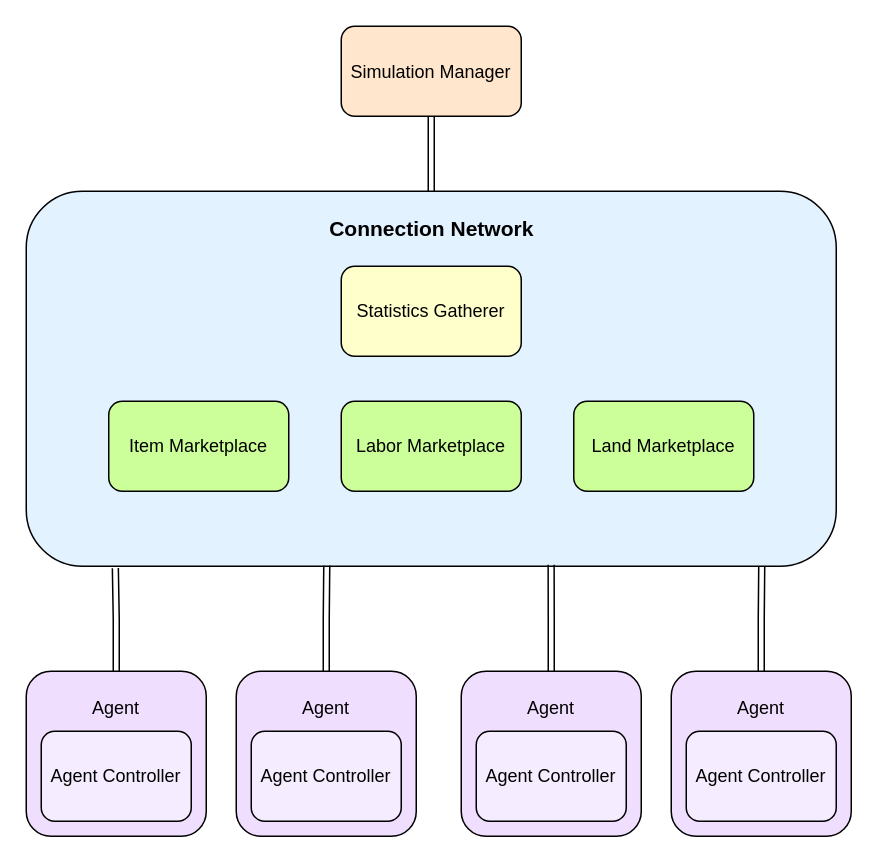
Before: Docs/Architecture/ProgramArchitecture.drawio in Dynamitelaw/economicAgentSim, a draw.io diagram. Source tidied: cells renumbered, new cells numbered last; positions are measured from the earlier drawing's top-left corner, leaving out a move shared by most shapes. Both pictures are drawn from the tidied source at 150%, with x=0, y=0 at pixel (26, 26).
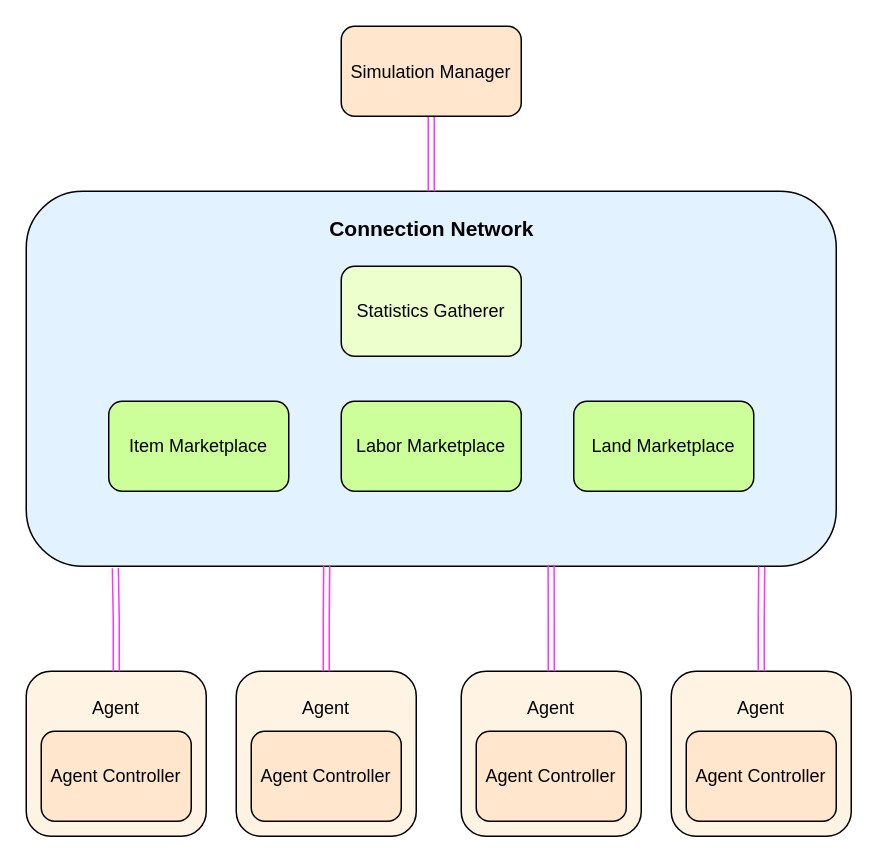
The same diagram, later.

The change refers to these unchanged cells:
```xml
<mxCell id="2" style="rounded=1;whiteSpace=wrap;html=1;fillColor=#E3F2FF;" parent="1" vertex="1">
  <mxGeometry y="110" width="540" height="250" as="geometry" />
</mxCell>
<mxCell id="9" value="&lt;font style=&quot;font-size: 12px;&quot;&gt;Simulation Manager&lt;/font&gt;" style="rounded=1;whiteSpace=wrap;html=1;fontSize=14;fillColor=#FFE6CC;" parent="1" vertex="1">
  <mxGeometry x="210" width="120" height="60" as="geometry" />
</mxCell>
<mxCell id="10" style="group;" parent="1" vertex="1">
  <mxGeometry x="290" y="430" width="120" height="110" as="geometry" />
</mxCell>
<mxCell id="14" style="group;" parent="1" vertex="1">
  <mxGeometry x="430" y="430" width="120" height="110" as="geometry" />
</mxCell>
<mxCell id="18" style="group;" parent="1" vertex="1">
  <mxGeometry y="430" width="120" height="110" as="geometry" />
</mxCell>
<mxCell id="22" style="group;" parent="1" vertex="1">
  <mxGeometry x="140" y="430" width="120" height="110" as="geometry" />
</mxCell>
```

Diff of the diagram source:
```diff
@@
-    <mxCell id="6" value="Statistics Gatherer" style="rounded=1;whiteSpace=wrap;html=1;fillColor=#FFFFCC;" parent="1" vertex="1">
+    <mxCell id="6" value="Statistics Gatherer" style="rounded=1;whiteSpace=wrap;html=1;fillColor=#ECFFCC;" parent="1" vertex="1">
       <mxGeometry x="210" y="160" width="120" height="60" as="geometry" />
     </mxCell>
@@
-    <mxCell id="8" style="edgeStyle=orthogonalEdgeStyle;rounded=0;jettySize=auto;html=1;exitX=0.5;exitY=1;exitDx=0;exitDy=0;entryX=0.5;entryY=0;entryDx=0;entryDy=0;fontSize=12;shape=link;" parent="1" edge="1" source="9" target="2">
+    <mxCell id="8" style="edgeStyle=orthogonalEdgeStyle;rounded=0;jettySize=auto;html=1;exitX=0.5;exitY=1;exitDx=0;exitDy=0;entryX=0.5;entryY=0;entryDx=0;entryDy=0;fontSize=12;shape=link;strokeColor=#FF33FF;" parent="1" edge="1" source="9" target="2">
       <mxGeometry relative="1" as="geometry" />
     </mxCell>
@@
-    <mxCell id="11" style="rounded=1;whiteSpace=wrap;html=1;fontSize=12;fillColor=#F0DEFF;" parent="10" vertex="1">
+    <mxCell id="11" style="rounded=1;whiteSpace=wrap;html=1;fontSize=12;fillColor=#FFF3E3;" parent="10" vertex="1">
       <mxGeometry width="120" height="110" as="geometry" />
     </mxCell>
-    <mxCell id="12" value="Agent Controller" style="rounded=1;whiteSpace=wrap;html=1;fontSize=12;fillColor=#F5EDFF;" parent="10" vertex="1">
+    <mxCell id="12" value="Agent Controller" style="rounded=1;whiteSpace=wrap;html=1;fontSize=12;fillColor=#FFE6CC;" parent="10" vertex="1">
       <mxGeometry x="10" y="40" width="100" height="60" as="geometry" />
     </mxCell>
@@
-    <mxCell id="15" style="rounded=1;whiteSpace=wrap;html=1;fontSize=12;fillColor=#F0DEFF;" parent="14" vertex="1">
+    <mxCell id="15" style="rounded=1;whiteSpace=wrap;html=1;fontSize=12;fillColor=#FFF3E3;" parent="14" vertex="1">
       <mxGeometry width="120" height="110" as="geometry" />
     </mxCell>
-    <mxCell id="16" value="Agent Controller" style="rounded=1;whiteSpace=wrap;html=1;fontSize=12;fillColor=#F5EDFF;" parent="14" vertex="1">
+    <mxCell id="16" value="Agent Controller" style="rounded=1;whiteSpace=wrap;html=1;fontSize=12;fillColor=#FFE6CC;" parent="14" vertex="1">
       <mxGeometry x="10" y="40" width="100" height="60" as="geometry" />
     </mxCell>
@@
-    <mxCell id="19" style="rounded=1;whiteSpace=wrap;html=1;fontSize=12;fillColor=#F0DEFF;" parent="18" vertex="1">
+    <mxCell id="19" style="rounded=1;whiteSpace=wrap;html=1;fontSize=12;fillColor=#FFF3E3;" parent="18" vertex="1">
       <mxGeometry width="120" height="110" as="geometry" />
     </mxCell>
-    <mxCell id="20" value="Agent Controller" style="rounded=1;whiteSpace=wrap;html=1;fontSize=12;fillColor=#F5EDFF;" parent="18" vertex="1">
+    <mxCell id="20" value="Agent Controller" style="rounded=1;whiteSpace=wrap;html=1;fontSize=12;fillColor=#FFE6CC;" parent="18" vertex="1">
       <mxGeometry x="10" y="40" width="100" height="60" as="geometry" />
     </mxCell>
@@
-    <mxCell id="23" style="rounded=1;whiteSpace=wrap;html=1;fontSize=12;fillColor=#F0DEFF;" parent="22" vertex="1">
+    <mxCell id="23" style="rounded=1;whiteSpace=wrap;html=1;fontSize=12;fillColor=#FFF3E3;" parent="22" vertex="1">
       <mxGeometry width="120" height="110" as="geometry" />
     </mxCell>
-    <mxCell id="24" value="Agent Controller" style="rounded=1;whiteSpace=wrap;html=1;fontSize=12;fillColor=#F5EDFF;" parent="22" vertex="1">
+    <mxCell id="24" value="Agent Controller" style="rounded=1;whiteSpace=wrap;html=1;fontSize=12;fillColor=#FFE6CC;" parent="22" vertex="1">
       <mxGeometry x="10" y="40" width="100" height="60" as="geometry" />
     </mxCell>
@@
-    <mxCell id="26" style="edgeStyle=orthogonalEdgeStyle;shape=link;rounded=0;jettySize=auto;html=1;exitX=0.5;exitY=0;exitDx=0;exitDy=0;entryX=0.11;entryY=1.005;entryDx=0;entryDy=0;entryPerimeter=0;fontSize=12;" parent="1" edge="1" source="19" target="2">
+    <mxCell id="26" style="edgeStyle=orthogonalEdgeStyle;shape=link;rounded=0;jettySize=auto;html=1;exitX=0.5;exitY=0;exitDx=0;exitDy=0;entryX=0.11;entryY=1.005;entryDx=0;entryDy=0;entryPerimeter=0;fontSize=12;strokeColor=#FF33FF;" parent="1" edge="1" source="19" target="2">
       <mxGeometry relative="1" as="geometry" />
     </mxCell>
-    <mxCell id="27" style="edgeStyle=orthogonalEdgeStyle;shape=link;rounded=0;jettySize=auto;html=1;exitX=0.5;exitY=0;exitDx=0;exitDy=0;entryX=0.371;entryY=0.998;entryDx=0;entryDy=0;entryPerimeter=0;fontSize=12;" parent="1" edge="1" source="23" target="2">
+    <mxCell id="27" style="edgeStyle=orthogonalEdgeStyle;shape=link;rounded=0;jettySize=auto;html=1;exitX=0.5;exitY=0;exitDx=0;exitDy=0;entryX=0.371;entryY=0.998;entryDx=0;entryDy=0;entryPerimeter=0;fontSize=12;strokeColor=#FF33FF;" parent="1" edge="1" source="23" target="2">
       <mxGeometry relative="1" as="geometry" />
     </mxCell>
-    <mxCell id="28" style="edgeStyle=orthogonalEdgeStyle;shape=link;rounded=0;jettySize=auto;html=1;exitX=0.5;exitY=0;exitDx=0;exitDy=0;entryX=0.648;entryY=0.996;entryDx=0;entryDy=0;entryPerimeter=0;fontSize=12;" parent="1" edge="1" source="11" target="2">
+    <mxCell id="28" style="edgeStyle=orthogonalEdgeStyle;shape=link;rounded=0;jettySize=auto;html=1;exitX=0.5;exitY=0;exitDx=0;exitDy=0;entryX=0.648;entryY=0.996;entryDx=0;entryDy=0;entryPerimeter=0;fontSize=12;strokeColor=#FF33FF;" parent="1" edge="1" source="11" target="2">
       <mxGeometry relative="1" as="geometry" />
     </mxCell>
-    <mxCell id="29" style="edgeStyle=orthogonalEdgeStyle;shape=link;rounded=0;jettySize=auto;html=1;exitX=0.5;exitY=0;exitDx=0;exitDy=0;entryX=0.908;entryY=1.001;entryDx=0;entryDy=0;entryPerimeter=0;fontSize=12;" parent="1" edge="1" source="15" target="2">
+    <mxCell id="29" style="edgeStyle=orthogonalEdgeStyle;shape=link;rounded=0;jettySize=auto;html=1;exitX=0.5;exitY=0;exitDx=0;exitDy=0;entryX=0.908;entryY=1.001;entryDx=0;entryDy=0;entryPerimeter=0;fontSize=12;strokeColor=#FF33FF;" parent="1" edge="1" source="15" target="2">
       <mxGeometry relative="1" as="geometry" />
     </mxCell>
```
